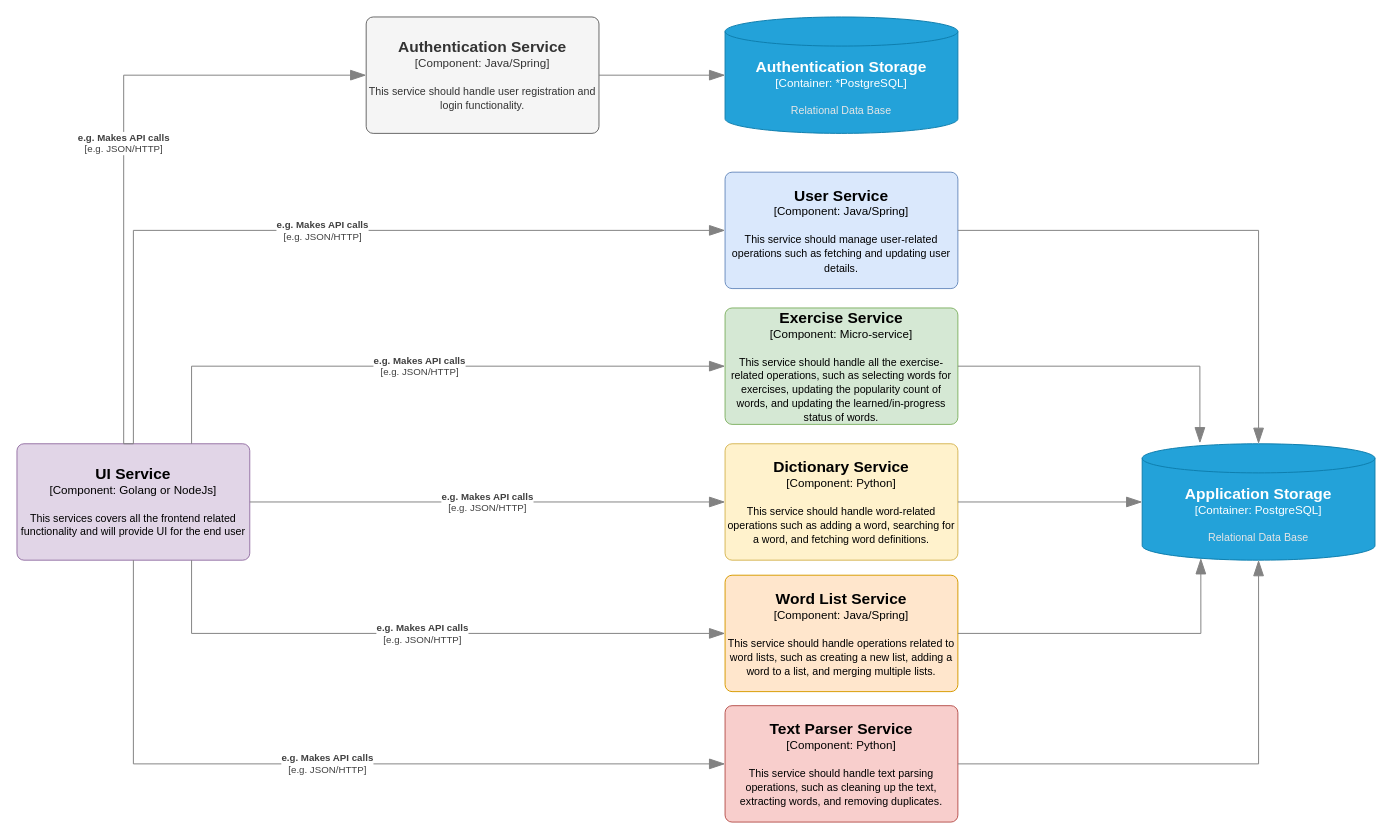
sanyokkua/learn_own_dictionary keeps this draw.io diagram as Docs/Architecture.drawio. Above is the earlier version. Source tidied: cells renumbered, new cells numbered last; positions are measured from the earlier drawing's top-left corner, leaving out a move shared by most shapes. Both pictures are drawn from the tidied source at 97%, with x=0, y=0 at pixel (16, 16).
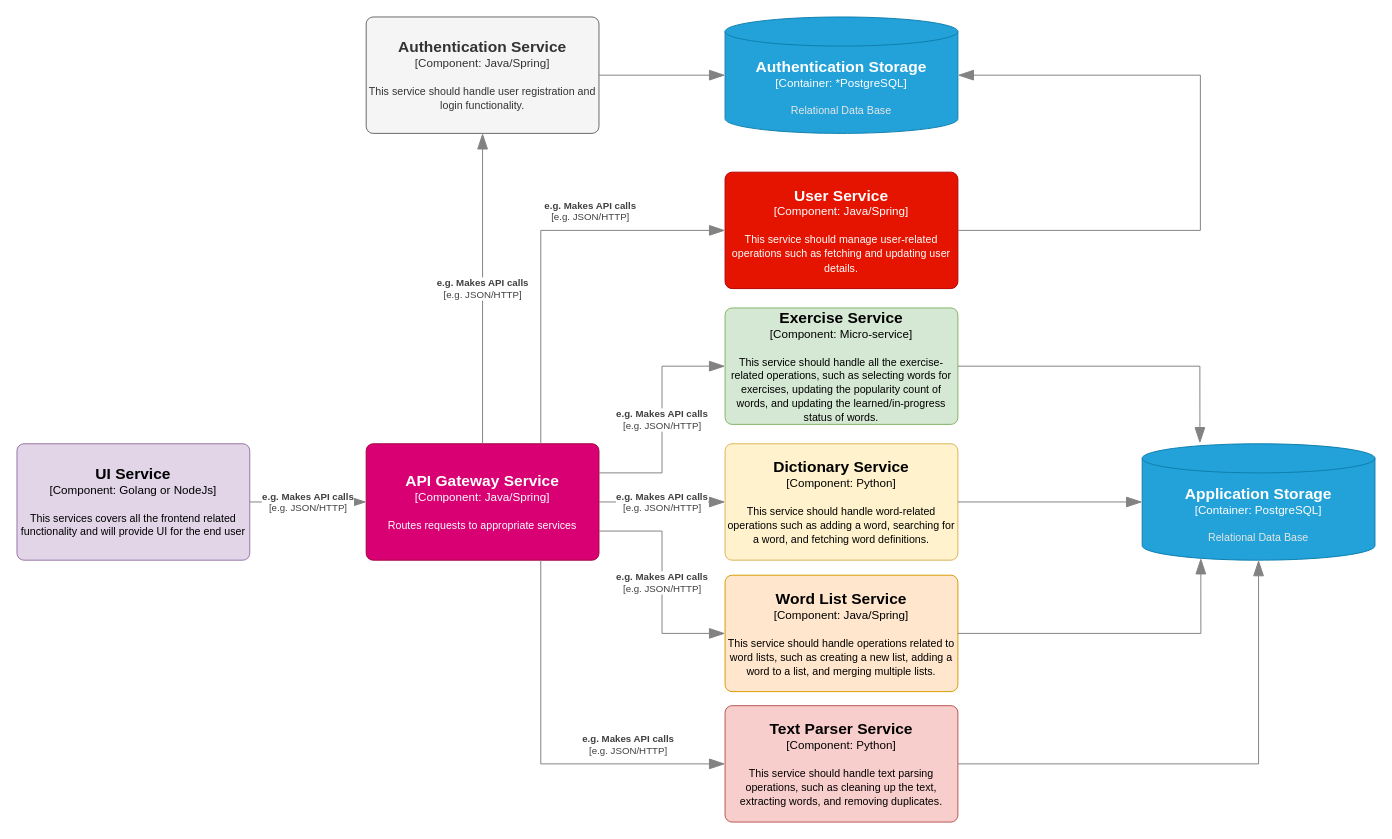
The same page after the edit.

Commit message (it also covers changes not shown here):
Updated documentation related to application design

The change refers to these unchanged cells:
```xml
<object id="3" label="&lt;font style=&quot;font-size: 16px&quot;&gt;&lt;b&gt;%c4Name%&lt;/b&gt;&lt;/font&gt;&lt;div&gt;[%c4Type%: %c4Technology%]&lt;/div&gt;&lt;br&gt;&lt;div&gt;&lt;font style=&quot;font-size: 11px&quot;&gt;%c4Description%&lt;/font&gt;&lt;/div&gt;" c4Description="This service should handle all the exercise-related operations, such as selecting words for exercises, updating the popularity count of words, and updating the learned/in-progress status of words." c4Name="Exercise Service" c4Technology="Micro-service" c4Type="Component" placeholders="1">
  <mxCell style="rounded=1;whiteSpace=wrap;html=1;labelBackgroundColor=none;fillColor=#d5e8d4;align=center;arcSize=6;strokeColor=#82b366;points=[[0.25,0,0],[0.5,0,0],[0.75,0,0],[1,0.25,0],[1,0.5,0],[1,0.75,0],[0.75,1,0],[0.5,1,0],[0.25,1,0],[0,0.75,0],[0,0.5,0],[0,0.25,0]];" parent="1" vertex="1">
    <mxGeometry x="730" y="300" width="240" height="120" as="geometry" />
  </mxCell>
</object>
<object id="4" label="&lt;font style=&quot;font-size: 16px&quot;&gt;&lt;b&gt;%c4Name%&lt;/b&gt;&lt;/font&gt;&lt;div&gt;[%c4Type%: %c4Technology%]&lt;/div&gt;&lt;br&gt;&lt;div&gt;&lt;font style=&quot;font-size: 11px&quot;&gt;%c4Description%&lt;/font&gt;&lt;/div&gt;" c4Description="This service should handle word-related operations such as adding a word, searching for a word, and fetching word definitions." c4Name="Dictionary Service" c4Technology="Python" c4Type="Component" placeholders="1">
  <mxCell style="rounded=1;whiteSpace=wrap;html=1;labelBackgroundColor=none;fillColor=#fff2cc;align=center;arcSize=6;strokeColor=#d6b656;points=[[0.25,0,0],[0.5,0,0],[0.75,0,0],[1,0.25,0],[1,0.5,0],[1,0.75,0],[0.75,1,0],[0.5,1,0],[0.25,1,0],[0,0.75,0],[0,0.5,0],[0,0.25,0]];" parent="1" vertex="1">
    <mxGeometry x="730" y="440" width="240" height="120" as="geometry" />
  </mxCell>
</object>
<object id="5" label="&lt;font style=&quot;font-size: 16px&quot;&gt;&lt;b&gt;%c4Name%&lt;/b&gt;&lt;/font&gt;&lt;div&gt;[%c4Type%: %c4Technology%]&lt;/div&gt;&lt;br&gt;&lt;div&gt;&lt;font style=&quot;font-size: 11px&quot;&gt;%c4Description%&lt;/font&gt;&lt;/div&gt;" c4Description="This service should handle text parsing operations, such as cleaning up the text, extracting words, and removing duplicates." c4Name="Text Parser Service" c4Technology="Python" c4Type="Component" placeholders="1">
  <mxCell style="rounded=1;whiteSpace=wrap;html=1;labelBackgroundColor=none;fillColor=#f8cecc;align=center;arcSize=6;strokeColor=#b85450;points=[[0.25,0,0],[0.5,0,0],[0.75,0,0],[1,0.25,0],[1,0.5,0],[1,0.75,0],[0.75,1,0],[0.5,1,0],[0.25,1,0],[0,0.75,0],[0,0.5,0],[0,0.25,0]];" parent="1" vertex="1">
    <mxGeometry x="730" y="710" width="240" height="120" as="geometry" />
  </mxCell>
</object>
<object id="6" label="&lt;font style=&quot;font-size: 16px&quot;&gt;&lt;b&gt;%c4Type%&lt;/b&gt;&lt;/font&gt;&lt;div&gt;[%c4Container%:&amp;nbsp;%c4Technology%]&lt;/div&gt;&lt;br&gt;&lt;div&gt;&lt;font style=&quot;font-size: 11px&quot;&gt;&lt;font color=&quot;#E6E6E6&quot;&gt;%c4Description%&lt;/font&gt;&lt;/div&gt;" c4Container="Container" c4Description="Relational Data Base" c4Technology="PostgreSQL" c4Type="Application Storage" placeholders="1">
  <mxCell style="shape=cylinder3;size=15;whiteSpace=wrap;html=1;boundedLbl=1;rounded=0;labelBackgroundColor=none;fillColor=#23A2D9;fontSize=12;fontColor=#ffffff;align=center;strokeColor=#0E7DAD;points=[[0.5,0,0],[1,0.25,0],[1,0.5,0],[1,0.75,0],[0.5,1,0],[0,0.75,0],[0,0.5,0],[0,0.25,0]];" parent="1" vertex="1">
    <mxGeometry x="1160" y="440" width="240" height="120" as="geometry" />
  </mxCell>
</object>
<object id="7" label="&lt;font style=&quot;font-size: 16px&quot;&gt;&lt;b&gt;%c4Name%&lt;/b&gt;&lt;/font&gt;&lt;div&gt;[%c4Type%: %c4Technology%]&lt;/div&gt;&lt;br&gt;&lt;div&gt;&lt;font style=&quot;font-size: 11px&quot;&gt;%c4Description%&lt;/font&gt;&lt;/div&gt;" c4Description="This service should handle user registration and login functionality." c4Name="Authentication Service" c4Technology="Java/Spring" c4Type="Component" placeholders="1">
  <mxCell style="rounded=1;whiteSpace=wrap;html=1;labelBackgroundColor=none;fillColor=#f5f5f5;align=center;arcSize=6;strokeColor=#666666;points=[[0.25,0,0],[0.5,0,0],[0.75,0,0],[1,0.25,0],[1,0.5,0],[1,0.75,0],[0.75,1,0],[0.5,1,0],[0.25,1,0],[0,0.75,0],[0,0.5,0],[0,0.25,0]];fontColor=#333333;" parent="1" vertex="1">
    <mxGeometry x="360" width="240" height="120" as="geometry" />
  </mxCell>
</object>
<object id="8" label="&lt;font style=&quot;font-size: 16px&quot;&gt;&lt;b&gt;%c4Name%&lt;/b&gt;&lt;/font&gt;&lt;div&gt;[%c4Type%: %c4Technology%]&lt;/div&gt;&lt;br&gt;&lt;div&gt;&lt;font style=&quot;font-size: 11px&quot;&gt;%c4Description%&lt;/font&gt;&lt;/div&gt;" c4Description="This service should handle operations related to word lists, such as creating a new list, adding a word to a list, and merging multiple lists." c4Name="Word List Service" c4Technology="Java/Spring" c4Type="Component" placeholders="1">
  <mxCell style="rounded=1;whiteSpace=wrap;html=1;labelBackgroundColor=none;fillColor=#ffe6cc;align=center;arcSize=6;strokeColor=#d79b00;points=[[0.25,0,0],[0.5,0,0],[0.75,0,0],[1,0.25,0],[1,0.5,0],[1,0.75,0],[0.75,1,0],[0.5,1,0],[0.25,1,0],[0,0.75,0],[0,0.5,0],[0,0.25,0]];" parent="1" vertex="1">
    <mxGeometry x="730" y="575.5" width="240" height="120" as="geometry" />
  </mxCell>
</object>
<object id="9" label="&lt;font style=&quot;font-size: 16px&quot;&gt;&lt;b&gt;%c4Name%&lt;/b&gt;&lt;/font&gt;&lt;div&gt;[%c4Type%: %c4Technology%]&lt;/div&gt;&lt;br&gt;&lt;div&gt;&lt;font style=&quot;font-size: 11px&quot;&gt;%c4Description%&lt;/font&gt;&lt;/div&gt;" c4Description="This services covers all the frontend related functionality and will provide UI for the end user" c4Name="UI Service" c4Technology="Golang or NodeJs" c4Type="Component" placeholders="1">
  <mxCell style="rounded=1;whiteSpace=wrap;html=1;labelBackgroundColor=none;fillColor=#e1d5e7;align=center;arcSize=6;strokeColor=#9673a6;points=[[0.25,0,0],[0.5,0,0],[0.75,0,0],[1,0.25,0],[1,0.5,0],[1,0.75,0],[0.75,1,0],[0.5,1,0],[0.25,1,0],[0,0.75,0],[0,0.5,0],[0,0.25,0]];" parent="1" vertex="1">
    <mxGeometry y="440" width="240" height="120" as="geometry" />
  </mxCell>
</object>
<object id="17" label="&lt;font style=&quot;font-size: 16px&quot;&gt;&lt;b&gt;%c4Type%&lt;/b&gt;&lt;/font&gt;&lt;div&gt;[%c4Container%:&amp;nbsp;%c4Technology%]&lt;/div&gt;&lt;br&gt;&lt;div&gt;&lt;font style=&quot;font-size: 11px&quot;&gt;&lt;font color=&quot;#E6E6E6&quot;&gt;%c4Description%&lt;/font&gt;&lt;/div&gt;" c4Container="Container" c4Description="Relational Data Base" c4Technology="*PostgreSQL" c4Type="Authentication Storage" placeholders="1">
  <mxCell style="shape=cylinder3;size=15;whiteSpace=wrap;html=1;boundedLbl=1;rounded=0;labelBackgroundColor=none;fillColor=#23A2D9;fontSize=12;fontColor=#ffffff;align=center;strokeColor=#0E7DAD;points=[[0.5,0,0],[1,0.25,0],[1,0.5,0],[1,0.75,0],[0.5,1,0],[0,0.75,0],[0,0.5,0],[0,0.25,0]];" parent="1" vertex="1">
    <mxGeometry x="730" width="240" height="120" as="geometry" />
  </mxCell>
</object>
```

The edit, as a diff of the source:
```diff
@@
     <object id="2" label="&lt;font style=&quot;font-size: 16px&quot;&gt;&lt;b&gt;%c4Name%&lt;/b&gt;&lt;/font&gt;&lt;div&gt;[%c4Type%: %c4Technology%]&lt;/div&gt;&lt;br&gt;&lt;div&gt;&lt;font style=&quot;font-size: 11px&quot;&gt;%c4Description%&lt;/font&gt;&lt;/div&gt;" c4Description="This service should manage user-related operations such as fetching and updating user details." c4Name="User Service" c4Technology="Java/Spring" c4Type="Component" placeholders="1">
-      <mxCell style="rounded=1;whiteSpace=wrap;html=1;labelBackgroundColor=none;fillColor=#dae8fc;align=center;arcSize=6;strokeColor=#6c8ebf;points=[[0.25,0,0],[0.5,0,0],[0.75,0,0],[1,0.25,0],[1,0.5,0],[1,0.75,0],[0.75,1,0],[0.5,1,0],[0.25,1,0],[0,0.75,0],[0,0.5,0],[0,0.25,0]];" parent="1" vertex="1">
+      <mxCell style="rounded=1;whiteSpace=wrap;html=1;labelBackgroundColor=none;fillColor=#e51400;align=center;arcSize=6;strokeColor=#B20000;points=[[0.25,0,0],[0.5,0,0],[0.75,0,0],[1,0.25,0],[1,0.5,0],[1,0.75,0],[0.75,1,0],[0.5,1,0],[0.25,1,0],[0,0.75,0],[0,0.5,0],[0,0.25,0]];fontColor=#ffffff;" parent="1" vertex="1">
         <mxGeometry x="730" y="160" width="240" height="120" as="geometry" />
       </mxCell>
     </object>
@@
-    <object id="10" label="&lt;div style=&quot;text-align: left&quot;&gt;&lt;div style=&quot;text-align: center&quot;&gt;&lt;b&gt;%c4Description%&lt;/b&gt;&lt;/div&gt;&lt;div style=&quot;text-align: center&quot;&gt;[%c4Technology%]&lt;/div&gt;&lt;/div&gt;" c4Description="e.g. Makes API calls" c4Technology="e.g. JSON/HTTP" placeholders="1">
-      <mxCell style="endArrow=blockThin;html=1;fontSize=10;fontColor=#404040;strokeWidth=1;endFill=1;strokeColor=#828282;elbow=vertical;endSize=14;startSize=14;jumpStyle=arc;jumpSize=16;rounded=0;edgeStyle=orthogonalEdgeStyle;exitX=0.5;exitY=0;exitDx=0;exitDy=0;exitPerimeter=0;entryX=0;entryY=0.5;entryDx=0;entryDy=0;entryPerimeter=0;" parent="1" edge="1" source="9" target="7">
-        <mxGeometry relative="1" as="geometry">
-          <Array as="points">
-            <mxPoint x="110" y="60" />
-          </Array>
-        </mxGeometry>
-      </mxCell>
-    </object>
-    <object id="11" label="&lt;div style=&quot;text-align: left&quot;&gt;&lt;div style=&quot;text-align: center&quot;&gt;&lt;b&gt;%c4Description%&lt;/b&gt;&lt;/div&gt;&lt;div style=&quot;text-align: center&quot;&gt;[%c4Technology%]&lt;/div&gt;&lt;/div&gt;" c4Description="e.g. Makes API calls" c4Technology="e.g. JSON/HTTP" placeholders="1">
-      <mxCell style="endArrow=blockThin;html=1;fontSize=10;fontColor=#404040;strokeWidth=1;endFill=1;strokeColor=#828282;elbow=vertical;endSize=14;startSize=14;jumpStyle=arc;jumpSize=16;rounded=0;edgeStyle=orthogonalEdgeStyle;exitX=0.5;exitY=0;exitDx=0;exitDy=0;exitPerimeter=0;entryX=0;entryY=0.5;entryDx=0;entryDy=0;entryPerimeter=0;" parent="1" edge="1" source="9" target="2">
-        <mxGeometry relative="1" as="geometry">
-          <Array as="points">
-            <mxPoint x="120" y="220" />
-          </Array>
-        </mxGeometry>
-      </mxCell>
-    </object>
-    <object id="12" label="&lt;div style=&quot;text-align: left&quot;&gt;&lt;div style=&quot;text-align: center&quot;&gt;&lt;b&gt;%c4Description%&lt;/b&gt;&lt;/div&gt;&lt;div style=&quot;text-align: center&quot;&gt;[%c4Technology%]&lt;/div&gt;&lt;/div&gt;" c4Description="e.g. Makes API calls" c4Technology="e.g. JSON/HTTP" placeholders="1">
-      <mxCell style="endArrow=blockThin;html=1;fontSize=10;fontColor=#404040;strokeWidth=1;endFill=1;strokeColor=#828282;elbow=vertical;endSize=14;startSize=14;jumpStyle=arc;jumpSize=16;rounded=0;edgeStyle=orthogonalEdgeStyle;exitX=0.75;exitY=0;exitDx=0;exitDy=0;exitPerimeter=0;entryX=0;entryY=0.5;entryDx=0;entryDy=0;entryPerimeter=0;" parent="1" edge="1" source="9" target="3">
-        <mxGeometry relative="1" as="geometry">
-          <Array as="points">
-            <mxPoint x="180" y="360" />
-          </Array>
-        </mxGeometry>
-      </mxCell>
-    </object>
     <object id="13" label="&lt;div style=&quot;text-align: left&quot;&gt;&lt;div style=&quot;text-align: center&quot;&gt;&lt;b&gt;%c4Description%&lt;/b&gt;&lt;/div&gt;&lt;div style=&quot;text-align: center&quot;&gt;[%c4Technology%]&lt;/div&gt;&lt;/div&gt;" c4Description="e.g. Makes API calls" c4Technology="e.g. JSON/HTTP" placeholders="1">
-      <mxCell style="endArrow=blockThin;html=1;fontSize=10;fontColor=#404040;strokeWidth=1;endFill=1;strokeColor=#828282;elbow=vertical;endSize=14;startSize=14;jumpStyle=arc;jumpSize=16;rounded=0;edgeStyle=orthogonalEdgeStyle;entryX=0;entryY=0.5;entryDx=0;entryDy=0;entryPerimeter=0;exitX=1;exitY=0.5;exitDx=0;exitDy=0;exitPerimeter=0;" parent="1" edge="1" source="9" target="4">
+      <mxCell style="endArrow=blockThin;html=1;fontSize=10;fontColor=#404040;strokeWidth=1;endFill=1;strokeColor=#828282;elbow=vertical;endSize=14;startSize=14;jumpStyle=arc;jumpSize=16;rounded=0;edgeStyle=orthogonalEdgeStyle;exitX=1;exitY=0.5;exitDx=0;exitDy=0;exitPerimeter=0;" parent="1" edge="1" source="9" target="23">
         <mxGeometry relative="1" as="geometry" />
       </mxCell>
     </object>
-    <object id="14" label="&lt;div style=&quot;text-align: left&quot;&gt;&lt;div style=&quot;text-align: center&quot;&gt;&lt;b&gt;%c4Description%&lt;/b&gt;&lt;/div&gt;&lt;div style=&quot;text-align: center&quot;&gt;[%c4Technology%]&lt;/div&gt;&lt;/div&gt;" c4Description="e.g. Makes API calls" c4Technology="e.g. JSON/HTTP" placeholders="1">
-      <mxCell style="endArrow=blockThin;html=1;fontSize=10;fontColor=#404040;strokeWidth=1;endFill=1;strokeColor=#828282;elbow=vertical;endSize=14;startSize=14;jumpStyle=arc;jumpSize=16;rounded=0;edgeStyle=orthogonalEdgeStyle;entryX=0;entryY=0.5;entryDx=0;entryDy=0;entryPerimeter=0;exitX=0.75;exitY=1;exitDx=0;exitDy=0;exitPerimeter=0;" parent="1" edge="1" source="9" target="8">
-        <mxGeometry relative="1" as="geometry" />
-      </mxCell>
-    </object>
-    <object id="15" label="&lt;div style=&quot;text-align: left&quot;&gt;&lt;div style=&quot;text-align: center&quot;&gt;&lt;b&gt;%c4Description%&lt;/b&gt;&lt;/div&gt;&lt;div style=&quot;text-align: center&quot;&gt;[%c4Technology%]&lt;/div&gt;&lt;/div&gt;" c4Description="e.g. Makes API calls" c4Technology="e.g. JSON/HTTP" placeholders="1">
-      <mxCell style="endArrow=blockThin;html=1;fontSize=10;fontColor=#404040;strokeWidth=1;endFill=1;strokeColor=#828282;elbow=vertical;endSize=14;startSize=14;jumpStyle=arc;jumpSize=16;rounded=0;edgeStyle=orthogonalEdgeStyle;entryX=0;entryY=0.5;entryDx=0;entryDy=0;entryPerimeter=0;exitX=0.5;exitY=1;exitDx=0;exitDy=0;exitPerimeter=0;" parent="1" edge="1" source="9" target="5">
-        <mxGeometry relative="1" as="geometry" />
-      </mxCell>
-    </object>
-    <mxCell id="16" style="endArrow=blockThin;html=1;fontSize=10;fontColor=#404040;strokeWidth=1;endFill=1;strokeColor=#828282;elbow=vertical;endSize=14;startSize=14;jumpStyle=arc;jumpSize=16;rounded=0;edgeStyle=orthogonalEdgeStyle;exitX=1;exitY=0.5;exitDx=0;exitDy=0;exitPerimeter=0;entryX=0.5;entryY=0;entryDx=0;entryDy=0;entryPerimeter=0;" parent="1" edge="1" source="2" target="6">
-      <mxGeometry relative="1" as="geometry" />
+    <mxCell id="16" style="endArrow=blockThin;html=1;fontSize=10;fontColor=#404040;strokeWidth=1;endFill=1;strokeColor=#828282;elbow=vertical;endSize=14;startSize=14;jumpStyle=arc;jumpSize=16;rounded=0;edgeStyle=orthogonalEdgeStyle;exitX=1;exitY=0.5;exitDx=0;exitDy=0;exitPerimeter=0;entryX=1;entryY=0.5;entryDx=0;entryDy=0;entryPerimeter=0;" parent="1" edge="1" source="2" target="17">
+      <mxGeometry relative="1" as="geometry">
+        <Array as="points">
+          <mxPoint x="1220" y="220" />
+          <mxPoint x="1220" y="60" />
+        </Array>
+      </mxGeometry>
     </mxCell>
@@
+    <object id="23" label="&lt;font style=&quot;font-size: 16px&quot;&gt;&lt;b&gt;%c4Name%&lt;/b&gt;&lt;/font&gt;&lt;div&gt;[%c4Type%: %c4Technology%]&lt;/div&gt;&lt;br&gt;&lt;div&gt;&lt;font style=&quot;font-size: 11px&quot;&gt;%c4Description%&lt;/font&gt;&lt;/div&gt;" c4Description="Routes requests to appropriate services" c4Name="API Gateway Service" c4Technology="Java/Spring" c4Type="Component" placeholders="1">
+      <mxCell style="rounded=1;whiteSpace=wrap;html=1;labelBackgroundColor=none;fillColor=#d80073;align=center;arcSize=6;strokeColor=#A50040;points=[[0.25,0,0],[0.5,0,0],[0.75,0,0],[1,0.25,0],[1,0.5,0],[1,0.75,0],[0.75,1,0],[0.5,1,0],[0.25,1,0],[0,0.75,0],[0,0.5,0],[0,0.25,0]];fontColor=#ffffff;" parent="1" vertex="1">
+        <mxGeometry x="360" y="440" width="240" height="120" as="geometry" />
+      </mxCell>
+    </object>
+    <object id="24" label="&lt;div style=&quot;text-align: left&quot;&gt;&lt;div style=&quot;text-align: center&quot;&gt;&lt;b&gt;%c4Description%&lt;/b&gt;&lt;/div&gt;&lt;div style=&quot;text-align: center&quot;&gt;[%c4Technology%]&lt;/div&gt;&lt;/div&gt;" c4Description="e.g. Makes API calls" c4Technology="e.g. JSON/HTTP" placeholders="1">
+      <mxCell style="endArrow=blockThin;html=1;fontSize=10;fontColor=#404040;strokeWidth=1;endFill=1;strokeColor=#828282;elbow=vertical;endSize=14;startSize=14;jumpStyle=arc;jumpSize=16;rounded=0;edgeStyle=orthogonalEdgeStyle;exitX=0.5;exitY=0;exitDx=0;exitDy=0;exitPerimeter=0;entryX=0.5;entryY=1;entryDx=0;entryDy=0;entryPerimeter=0;" parent="1" edge="1" source="23" target="7">
+        <mxGeometry relative="1" as="geometry">
+          <Array as="points">
+            <mxPoint x="480" y="330" />
+            <mxPoint x="480" y="330" />
+          </Array>
+        </mxGeometry>
+      </mxCell>
+    </object>
+    <object id="25" label="&lt;div style=&quot;text-align: left&quot;&gt;&lt;div style=&quot;text-align: center&quot;&gt;&lt;b&gt;%c4Description%&lt;/b&gt;&lt;/div&gt;&lt;div style=&quot;text-align: center&quot;&gt;[%c4Technology%]&lt;/div&gt;&lt;/div&gt;" c4Description="e.g. Makes API calls" c4Technology="e.g. JSON/HTTP" placeholders="1">
+      <mxCell style="endArrow=blockThin;html=1;fontSize=10;fontColor=#404040;strokeWidth=1;endFill=1;strokeColor=#828282;elbow=vertical;endSize=14;startSize=14;jumpStyle=arc;jumpSize=16;rounded=0;edgeStyle=orthogonalEdgeStyle;entryX=0;entryY=0.5;entryDx=0;entryDy=0;entryPerimeter=0;exitX=0.75;exitY=0;exitDx=0;exitDy=0;exitPerimeter=0;" parent="1" edge="1" source="23" target="2">
+        <mxGeometry x="0.32" y="20" relative="1" as="geometry" />
+      </mxCell>
+    </object>
+    <object id="26" label="&lt;div style=&quot;text-align: left&quot;&gt;&lt;div style=&quot;text-align: center&quot;&gt;&lt;b&gt;%c4Description%&lt;/b&gt;&lt;/div&gt;&lt;div style=&quot;text-align: center&quot;&gt;[%c4Technology%]&lt;/div&gt;&lt;/div&gt;" c4Description="e.g. Makes API calls" c4Technology="e.g. JSON/HTTP" placeholders="1">
+      <mxCell style="endArrow=blockThin;html=1;fontSize=10;fontColor=#404040;strokeWidth=1;endFill=1;strokeColor=#828282;elbow=vertical;endSize=14;startSize=14;jumpStyle=arc;jumpSize=16;rounded=0;edgeStyle=orthogonalEdgeStyle;entryX=0;entryY=0.5;entryDx=0;entryDy=0;entryPerimeter=0;exitX=1;exitY=0.25;exitDx=0;exitDy=0;exitPerimeter=0;" parent="1" edge="1" source="23" target="3">
+        <mxGeometry relative="1" as="geometry" />
+      </mxCell>
+    </object>
+    <object id="27" label="&lt;div style=&quot;text-align: left&quot;&gt;&lt;div style=&quot;text-align: center&quot;&gt;&lt;b&gt;%c4Description%&lt;/b&gt;&lt;/div&gt;&lt;div style=&quot;text-align: center&quot;&gt;[%c4Technology%]&lt;/div&gt;&lt;/div&gt;" c4Description="e.g. Makes API calls" c4Technology="e.g. JSON/HTTP" placeholders="1">
+      <mxCell style="endArrow=blockThin;html=1;fontSize=10;fontColor=#404040;strokeWidth=1;endFill=1;strokeColor=#828282;elbow=vertical;endSize=14;startSize=14;jumpStyle=arc;jumpSize=16;rounded=0;edgeStyle=orthogonalEdgeStyle;entryX=0;entryY=0.5;entryDx=0;entryDy=0;entryPerimeter=0;exitX=1;exitY=0.5;exitDx=0;exitDy=0;exitPerimeter=0;" parent="1" edge="1" source="23" target="4">
+        <mxGeometry relative="1" as="geometry" />
+      </mxCell>
+    </object>
+    <object id="28" label="&lt;div style=&quot;text-align: left&quot;&gt;&lt;div style=&quot;text-align: center&quot;&gt;&lt;b&gt;%c4Description%&lt;/b&gt;&lt;/div&gt;&lt;div style=&quot;text-align: center&quot;&gt;[%c4Technology%]&lt;/div&gt;&lt;/div&gt;" c4Description="e.g. Makes API calls" c4Technology="e.g. JSON/HTTP" placeholders="1">
+      <mxCell style="endArrow=blockThin;html=1;fontSize=10;fontColor=#404040;strokeWidth=1;endFill=1;strokeColor=#828282;elbow=vertical;endSize=14;startSize=14;jumpStyle=arc;jumpSize=16;rounded=0;edgeStyle=orthogonalEdgeStyle;entryX=0;entryY=0.5;entryDx=0;entryDy=0;entryPerimeter=0;exitX=1;exitY=0.75;exitDx=0;exitDy=0;exitPerimeter=0;" parent="1" edge="1" source="23" target="8">
+        <mxGeometry relative="1" as="geometry" />
+      </mxCell>
+    </object>
+    <object id="14" label="&lt;div style=&quot;text-align: left&quot;&gt;&lt;div style=&quot;text-align: center&quot;&gt;&lt;b&gt;%c4Description%&lt;/b&gt;&lt;/div&gt;&lt;div style=&quot;text-align: center&quot;&gt;[%c4Technology%]&lt;/div&gt;&lt;/div&gt;" c4Description="e.g. Makes API calls" c4Technology="e.g. JSON/HTTP" placeholders="1">
+      <mxCell style="endArrow=blockThin;html=1;fontSize=10;fontColor=#404040;strokeWidth=1;endFill=1;strokeColor=#828282;elbow=vertical;endSize=14;startSize=14;jumpStyle=arc;jumpSize=16;rounded=0;edgeStyle=orthogonalEdgeStyle;entryX=0;entryY=0.5;entryDx=0;entryDy=0;entryPerimeter=0;exitX=0.75;exitY=1;exitDx=0;exitDy=0;exitPerimeter=0;" parent="1" edge="1" source="23" target="5">
+        <mxGeometry x="0.5" y="20" relative="1" as="geometry" />
+      </mxCell>
+    </object>
```
